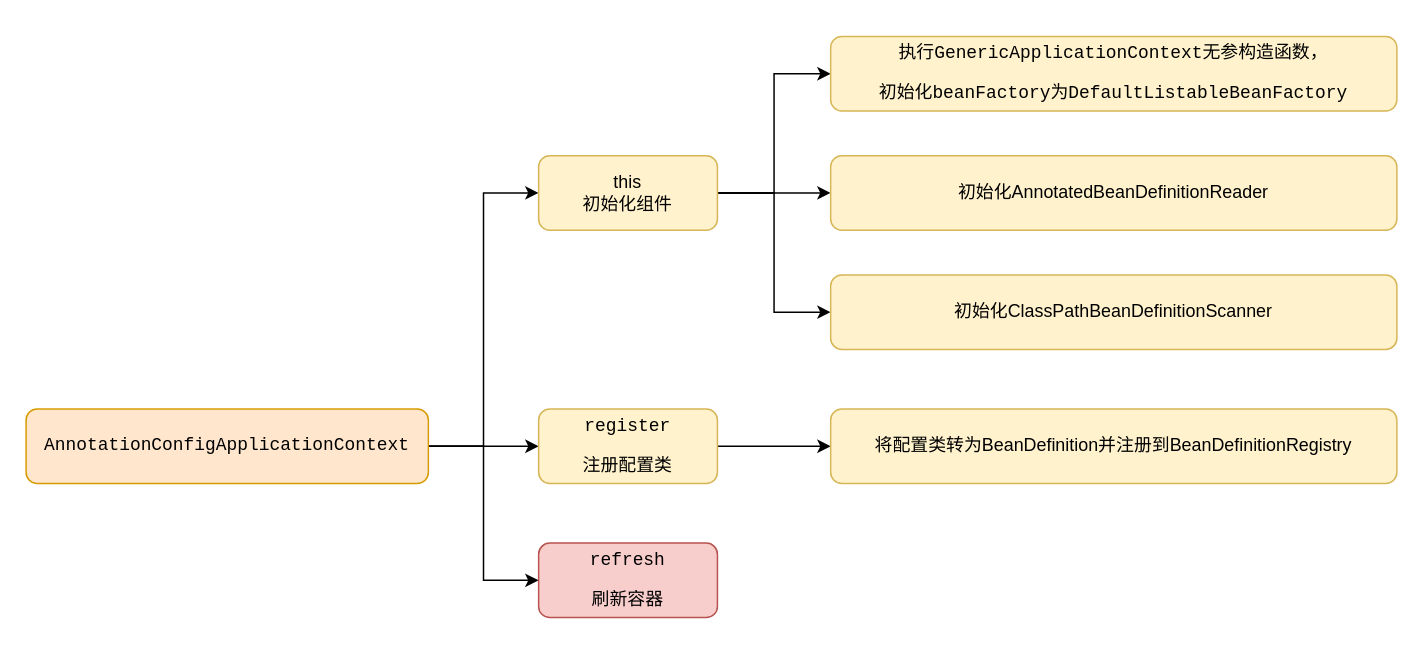
This is spring/spring初始化过程.drawio from erlieStar/diagrams, a draw.io file, before an edit. Source tidied: cells renumbered, new cells numbered last; positions are measured from the earlier drawing's top-left corner, leaving out a move shared by most shapes. Both pictures are drawn from the tidied source at 149%, with x=0, y=0 at pixel (25, 36).
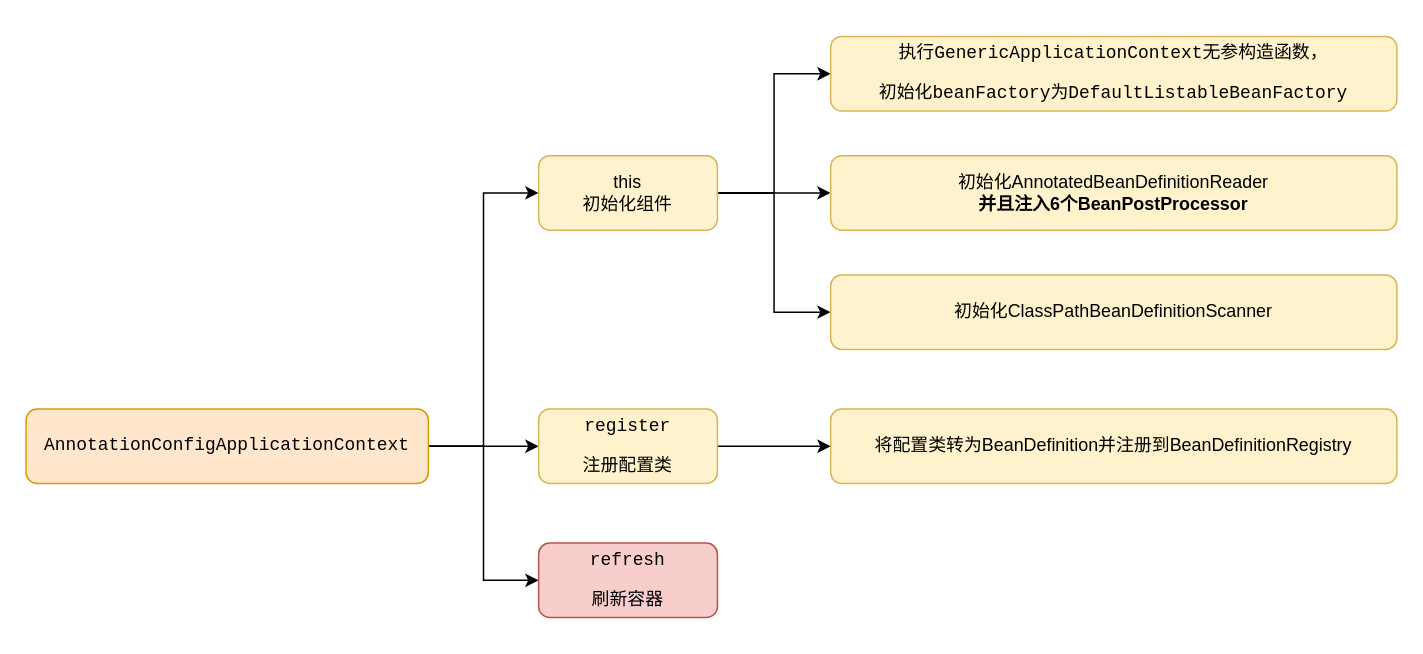
After the change.

Commit message:
Update spring初始化过程.drawio

What changed in the source:
```diff
@@
 <mxGraphModel>
   <root>
     <mxCell id="0" />
     <mxCell id="1" parent="0" />
     <mxCell id="2" style="edgeStyle=orthogonalEdgeStyle;rounded=0;jettySize=auto;html=1;exitX=1;exitY=0.5;exitDx=0;exitDy=0;entryX=0;entryY=0.5;entryDx=0;entryDy=0;" parent="1" edge="1" source="5" target="9">
       <mxGeometry relative="1" as="geometry" />
     </mxCell>
     <mxCell id="3" style="edgeStyle=orthogonalEdgeStyle;rounded=0;jettySize=auto;html=1;exitX=1;exitY=0.5;exitDx=0;exitDy=0;entryX=0;entryY=0.5;entryDx=0;entryDy=0;" parent="1" edge="1" source="5" target="11">
       <mxGeometry relative="1" as="geometry" />
     </mxCell>
     <mxCell id="4" style="edgeStyle=orthogonalEdgeStyle;rounded=0;jettySize=auto;html=1;exitX=1;exitY=0.5;exitDx=0;exitDy=0;entryX=0;entryY=0.5;entryDx=0;entryDy=0;" parent="1" edge="1" source="5" target="12">
       <mxGeometry relative="1" as="geometry" />
     </mxCell>
     <mxCell id="5" value="&lt;pre&gt;AnnotationConfigApplicationContext&lt;/pre&gt;" style="rounded=1;whiteSpace=wrap;html=1;fillColor=#ffe6cc;strokeColor=#d79b00;" parent="1" vertex="1">
       <mxGeometry y="250" width="270" height="50" as="geometry" />
     </mxCell>
     <mxCell id="6" style="edgeStyle=orthogonalEdgeStyle;rounded=0;jettySize=auto;html=1;exitX=1;exitY=0.5;exitDx=0;exitDy=0;entryX=0;entryY=0.5;entryDx=0;entryDy=0;" parent="1" edge="1" source="9" target="13">
       <mxGeometry relative="1" as="geometry" />
     </mxCell>
     <mxCell id="7" style="edgeStyle=orthogonalEdgeStyle;rounded=0;jettySize=auto;html=1;exitX=1;exitY=0.5;exitDx=0;exitDy=0;entryX=0;entryY=0.5;entryDx=0;entryDy=0;" parent="1" edge="1" source="9" target="14">
       <mxGeometry relative="1" as="geometry" />
     </mxCell>
     <mxCell id="8" style="edgeStyle=orthogonalEdgeStyle;rounded=0;jettySize=auto;html=1;exitX=1;exitY=0.5;exitDx=0;exitDy=0;entryX=0;entryY=0.5;entryDx=0;entryDy=0;" parent="1" edge="1" source="9" target="15">
       <mxGeometry relative="1" as="geometry" />
     </mxCell>
     <mxCell id="9" value="this&lt;br&gt;初始化组件" style="rounded=1;whiteSpace=wrap;html=1;fillColor=#fff2cc;strokeColor=#d6b656;" parent="1" vertex="1">
       <mxGeometry x="344" y="80" width="120" height="50" as="geometry" />
     </mxCell>
     <mxCell id="10" style="edgeStyle=orthogonalEdgeStyle;rounded=0;jettySize=auto;html=1;exitX=1;exitY=0.5;exitDx=0;exitDy=0;entryX=0;entryY=0.5;entryDx=0;entryDy=0;" parent="1" edge="1" source="11" target="16">
       <mxGeometry relative="1" as="geometry" />
     </mxCell>
     <mxCell id="11" value="&lt;pre&gt;register&lt;/pre&gt;&lt;pre&gt;注册配置类&lt;/pre&gt;" style="rounded=1;whiteSpace=wrap;html=1;fillColor=#fff2cc;strokeColor=#d6b656;" parent="1" vertex="1">
       <mxGeometry x="344" y="250" width="120" height="50" as="geometry" />
     </mxCell>
     <mxCell id="12" value="&lt;pre&gt;&lt;pre&gt;refresh&lt;/pre&gt;&lt;pre&gt;刷新容器&lt;/pre&gt;&lt;/pre&gt;" style="rounded=1;whiteSpace=wrap;html=1;fillColor=#f8cecc;strokeColor=#b85450;" parent="1" vertex="1">
       <mxGeometry x="344" y="340" width="120" height="50" as="geometry" />
     </mxCell>
     <mxCell id="13" value="&lt;pre&gt;&lt;pre&gt;执行GenericApplicationContext无参构造函数，&lt;/pre&gt;&lt;pre&gt;初始化beanFactory为DefaultListableBeanFactory&lt;/pre&gt;&lt;/pre&gt;" style="rounded=1;whiteSpace=wrap;html=1;fillColor=#fff2cc;strokeColor=#d6b656;" parent="1" vertex="1">
       <mxGeometry x="540" width="380" height="50" as="geometry" />
     </mxCell>
-    <mxCell id="14" value="初始化AnnotatedBeanDefinitionReader" style="rounded=1;whiteSpace=wrap;html=1;fillColor=#fff2cc;strokeColor=#d6b656;" parent="1" vertex="1">
+    <mxCell id="14" value="初始化AnnotatedBeanDefinitionReader&lt;br&gt;&lt;b&gt;并且注入6个BeanPostProcessor&lt;/b&gt;" style="rounded=1;whiteSpace=wrap;html=1;fillColor=#fff2cc;strokeColor=#d6b656;" parent="1" vertex="1">
       <mxGeometry x="540" y="80" width="380" height="50" as="geometry" />
     </mxCell>
     <mxCell id="15" value="初始化ClassPathBeanDefinitionScanner" style="rounded=1;whiteSpace=wrap;html=1;fillColor=#fff2cc;strokeColor=#d6b656;" parent="1" vertex="1">
       <mxGeometry x="540" y="160" width="380" height="50" as="geometry" />
     </mxCell>
     <mxCell id="16" value="将配置类转为BeanDefinition并注册到BeanDefinitionRegistry" style="rounded=1;whiteSpace=wrap;html=1;fillColor=#fff2cc;strokeColor=#d6b656;" parent="1" vertex="1">
       <mxGeometry x="540" y="250" width="380" height="50" as="geometry" />
     </mxCell>
   </root>
 </mxGraphModel>
```
